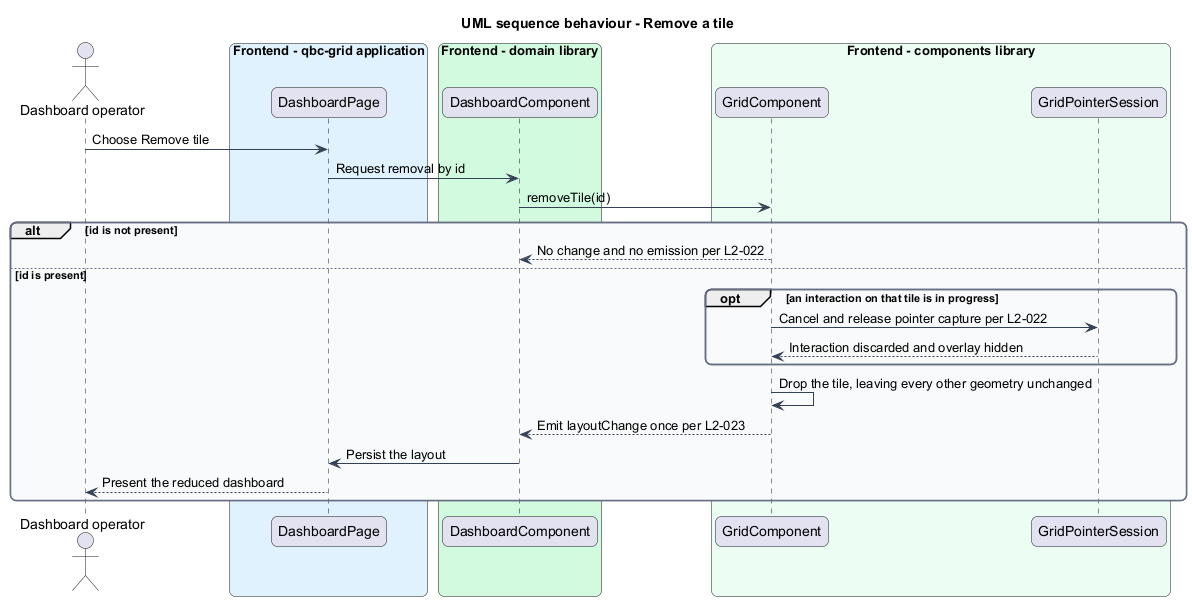
Earlier version of the PlantUML export docs/detailed-designs/grid-layout/add-and-remove-tiles/diagrams/sequence-remove-tile.png (QuinntyneBrown/qbc-grid).
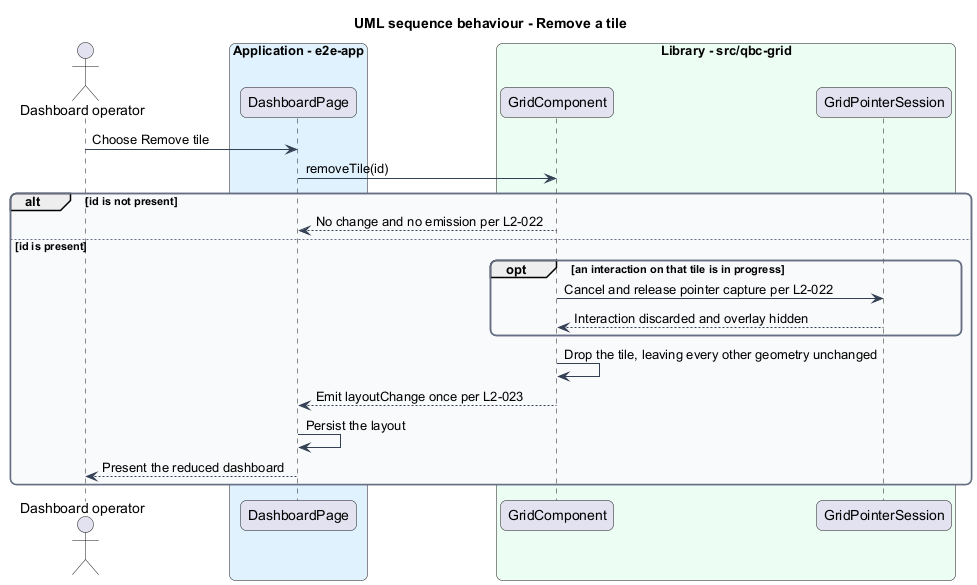
The same file after the commit.

The edit, as a diff of the source:
```diff
@@ -15,30 +15,26 @@
   BackgroundColor #F9FAFB
 }
 actor "Dashboard operator" as actor
-box "Frontend - qbc-grid application" #E0F2FE
+box "Application - e2e-app" #E0F2FE
   participant "DashboardPage" as page
 end box
-box "Frontend - domain library" #D1FADF
-  participant "DashboardComponent" as dashboard
-end box
-box "Frontend - components library" #ECFDF3
+box "Library - src/qbc-grid" #ECFDF3
   participant "GridComponent" as grid
   participant "GridPointerSession" as session
 end box
 
 actor -> page : Choose Remove tile
-page -> dashboard : Request removal by id
-dashboard -> grid : removeTile(id)
+page -> grid : removeTile(id)
 alt id is not present
-  grid --> dashboard : No change and no emission per L2-022
+  grid --> page : No change and no emission per L2-022
 else id is present
   opt an interaction on that tile is in progress
     grid -> session : Cancel and release pointer capture per L2-022
     session --> grid : Interaction discarded and overlay hidden
   end
   grid -> grid : Drop the tile, leaving every other geometry unchanged
-  grid --> dashboard : Emit layoutChange once per L2-023
-  dashboard -> page : Persist the layout
+  grid --> page : Emit layoutChange once per L2-023
+  page -> page : Persist the layout
   page --> actor : Present the reduced dashboard
 end
 @enduml
```
